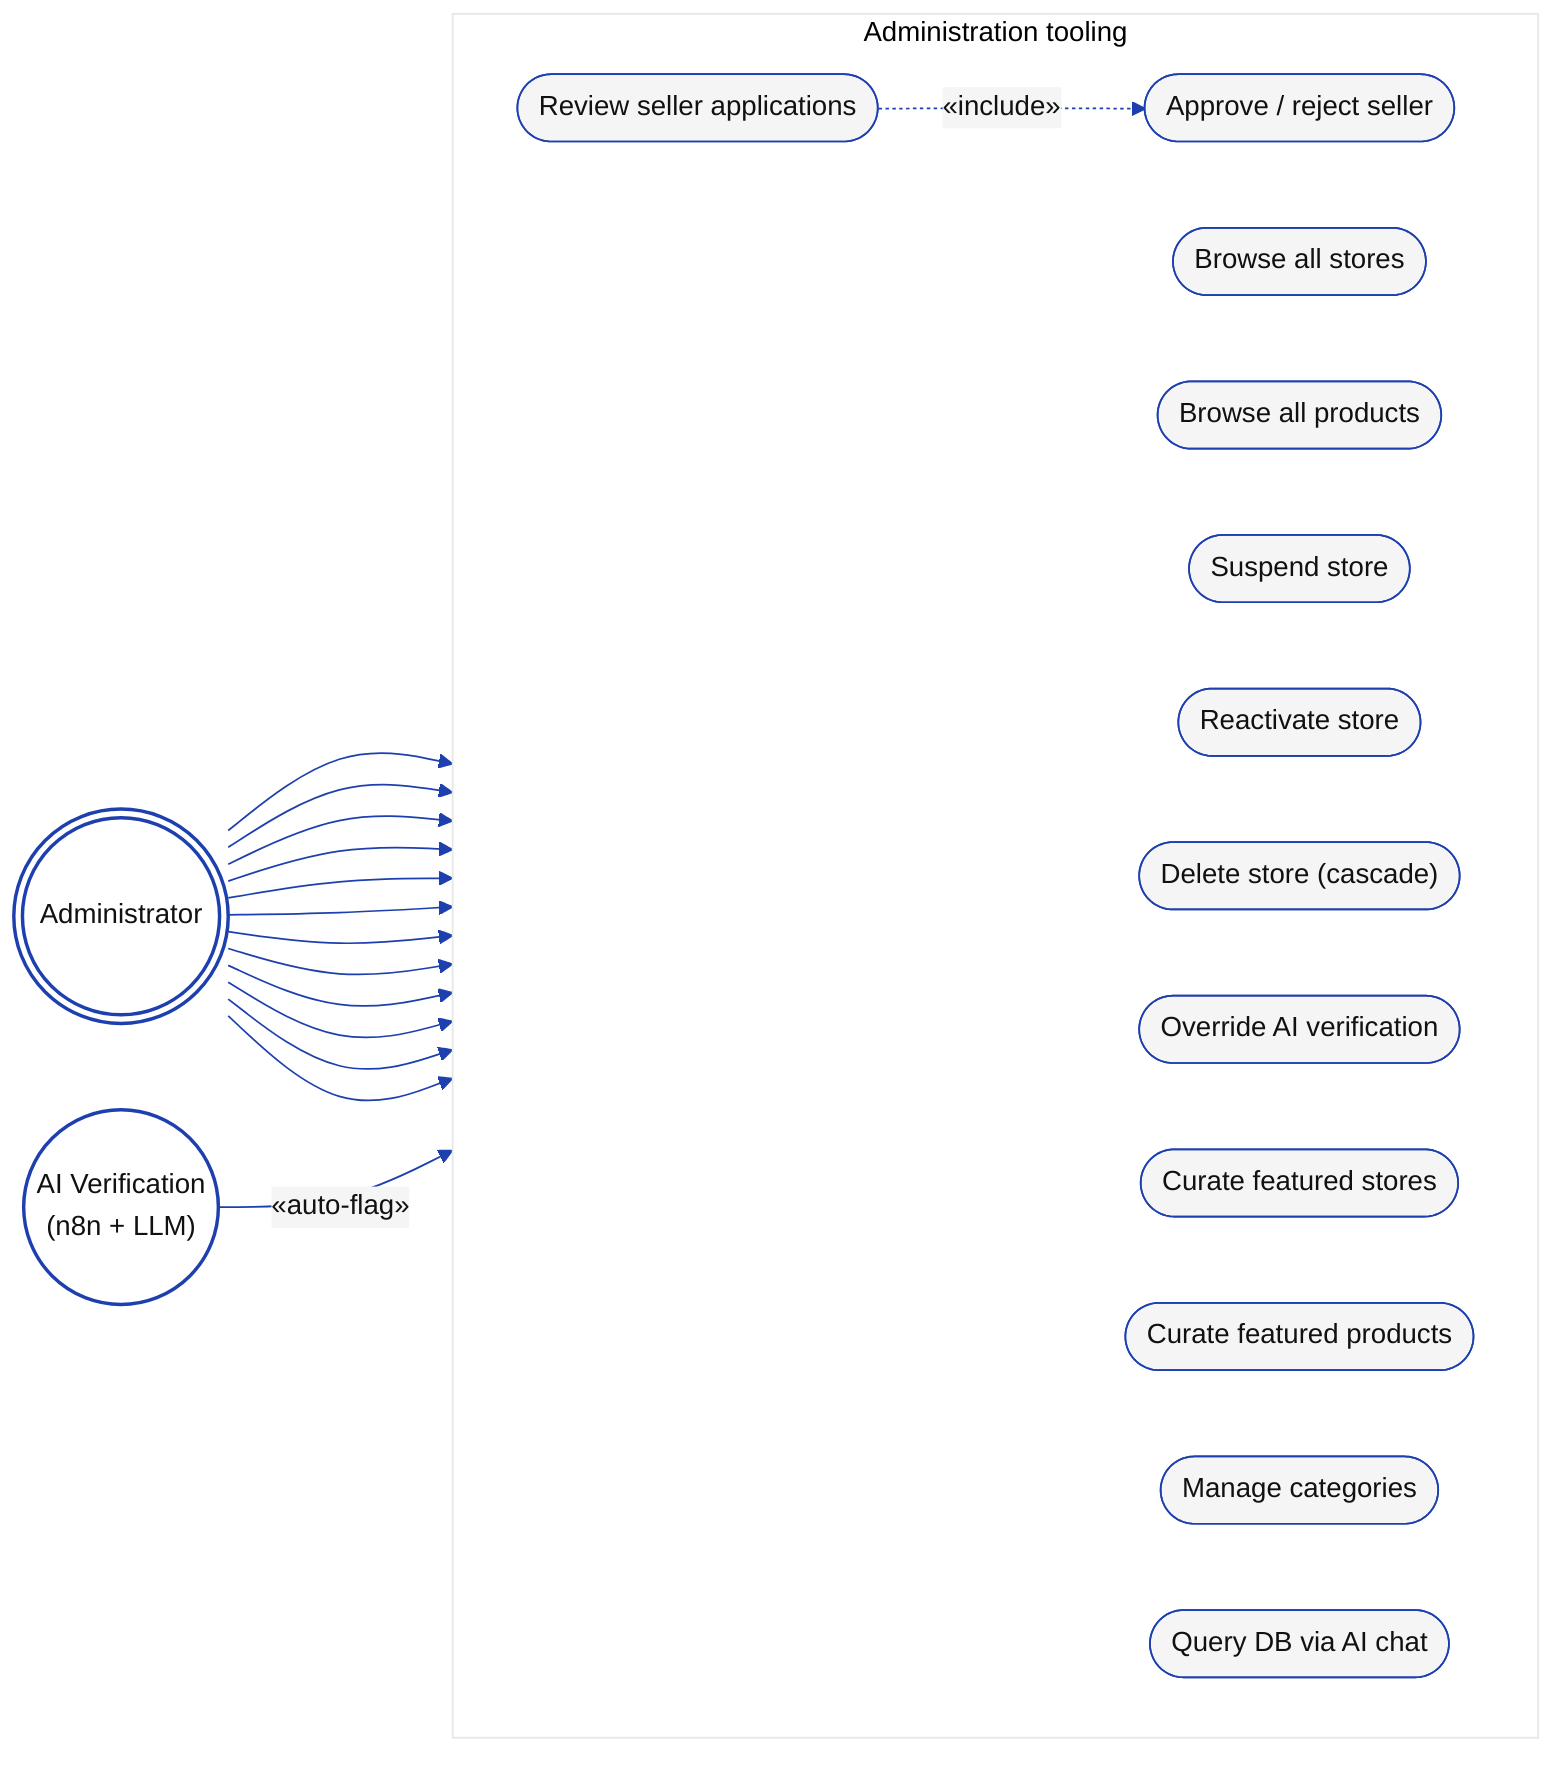
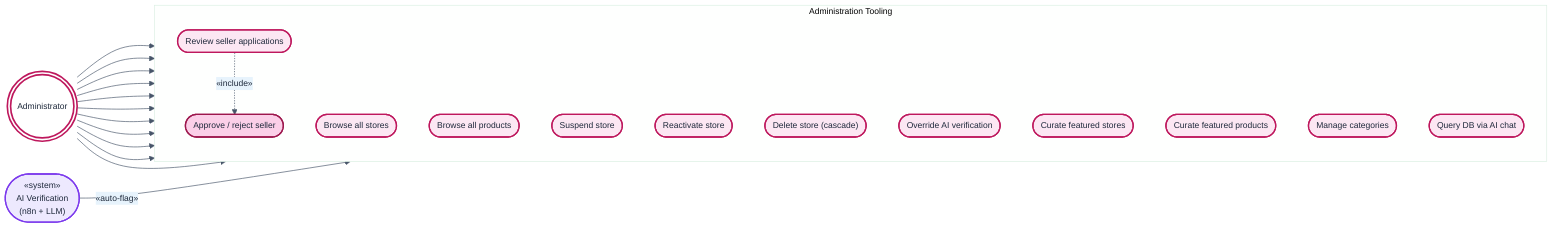
- %%{init: {'theme':'base','themeVariables':{'primaryColor':'#F5F5F5','primaryBorderColor':'#1E40AF','primaryTextColor':'#111111','lineColor':'#1E40AF','fontFamily':'Helvetica'}}}%%
+ %%{init: {'theme':'base','themeVariables':{'primaryColor':'#FCE7F3','primaryBorderColor':'#BE185D','primaryTextColor':'#1E293B','lineColor':'#475569','fontFamily':'Helvetica','fontSize':'13px'}}}%%
flowchart LR
-     A(((Administrator)))
-     AI(("AI Verification<br/>(n8n + LLM)"))
+     A((("Administrator")))
+     AI(["«system»\nAI Verification\n(n8n + LLM)"])

-     subgraph SYS[Administration tooling]
-       direction LR
+     subgraph SYS["Administration Tooling"]
+       direction TB
      UC1(["Review seller applications"])
      UC2(["Approve / reject seller"])
      UC3(["Browse all stores"])
      UC4(["Browse all products"])
      UC5(["Suspend store"])
      UC6(["Reactivate store"])
      UC7(["Delete store (cascade)"])
      UC8(["Override AI verification"])
      UC9(["Curate featured stores"])
      UC10(["Curate featured products"])
      UC11(["Manage categories"])
      UC12(["Query DB via AI chat"])
    end

    A --> UC1
-     A --> UC2
    A --> UC3
    A --> UC4
    A --> UC5
    A --> UC6
    A --> UC7
    A --> UC8
    A --> UC9
    A --> UC10
    A --> UC11
    A --> UC12

    AI -- "«auto-flag»" --> UC8
    UC1 -. "«include»" .-> UC2

-     classDef actor fill:#FFFFFF,stroke:#1E40AF,stroke-width:2px;
-     class A,AI actor;
+     classDef actor fill:#FFFFFF,stroke:#BE185D,stroke-width:2.5px,color:#1E293B
+     classDef uc    fill:#FCE7F3,stroke:#BE185D,stroke-width:2px,color:#1E293B
+     classDef sub   fill:#FBCFE8,stroke:#9D174D,stroke-width:2px,color:#1E293B
+     classDef aibox fill:#EDE9FE,stroke:#7C3AED,stroke-width:2px,color:#1E293B
+ 
+     class A actor
+     class UC1,UC3,UC4,UC5,UC6,UC7,UC8,UC9,UC10,UC11,UC12 uc
+     class UC2 sub
+     class AI aibox
